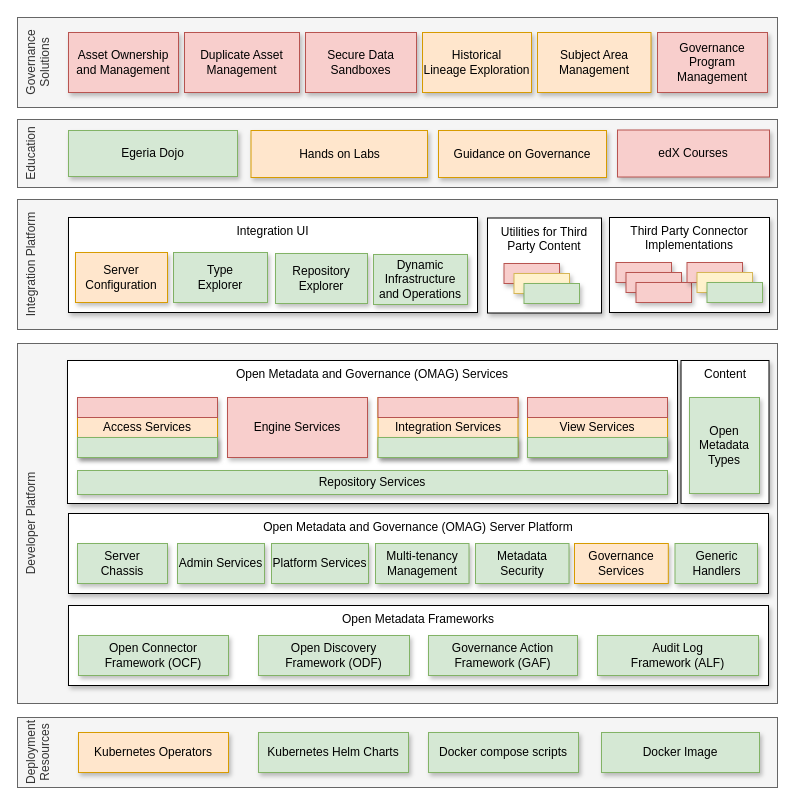
odpi/egeria keeps this draw.io diagram as page "release-2.4" (13 of 15) of open-metadata-publication/website/roadmap/egeria-status.drawio. Above is the earlier version. Source tidied: cells renumbered, new cells numbered last; positions are measured from the earlier drawing's top-left corner, leaving out a move shared by most shapes. Both pictures are drawn from the tidied source at 100%, with x=0, y=0 at pixel (17, 17).
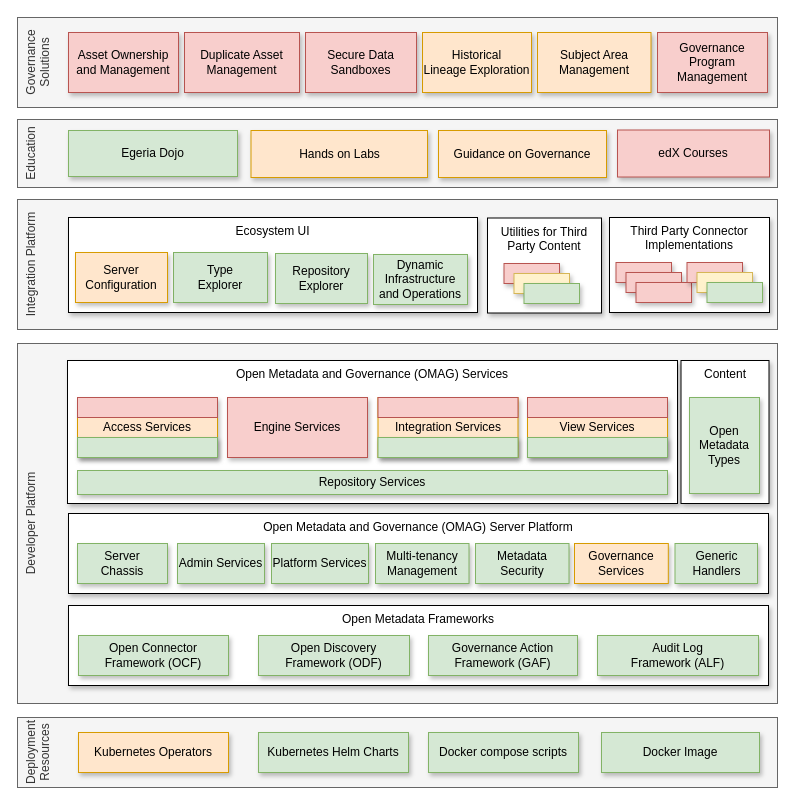
After the change.

What changed in the source:
```diff
@@
-    <mxCell id="24" value="Integration UI" style="rounded=0;whiteSpace=wrap;html=1;align=center;verticalAlign=top;shadow=1;" parent="1" vertex="1">
+    <mxCell id="24" value="Ecosystem UI" style="rounded=0;whiteSpace=wrap;html=1;align=center;verticalAlign=top;shadow=1;" parent="1" vertex="1">
       <mxGeometry x="51" y="200" width="409" height="95" as="geometry" />
     </mxCell>
```
